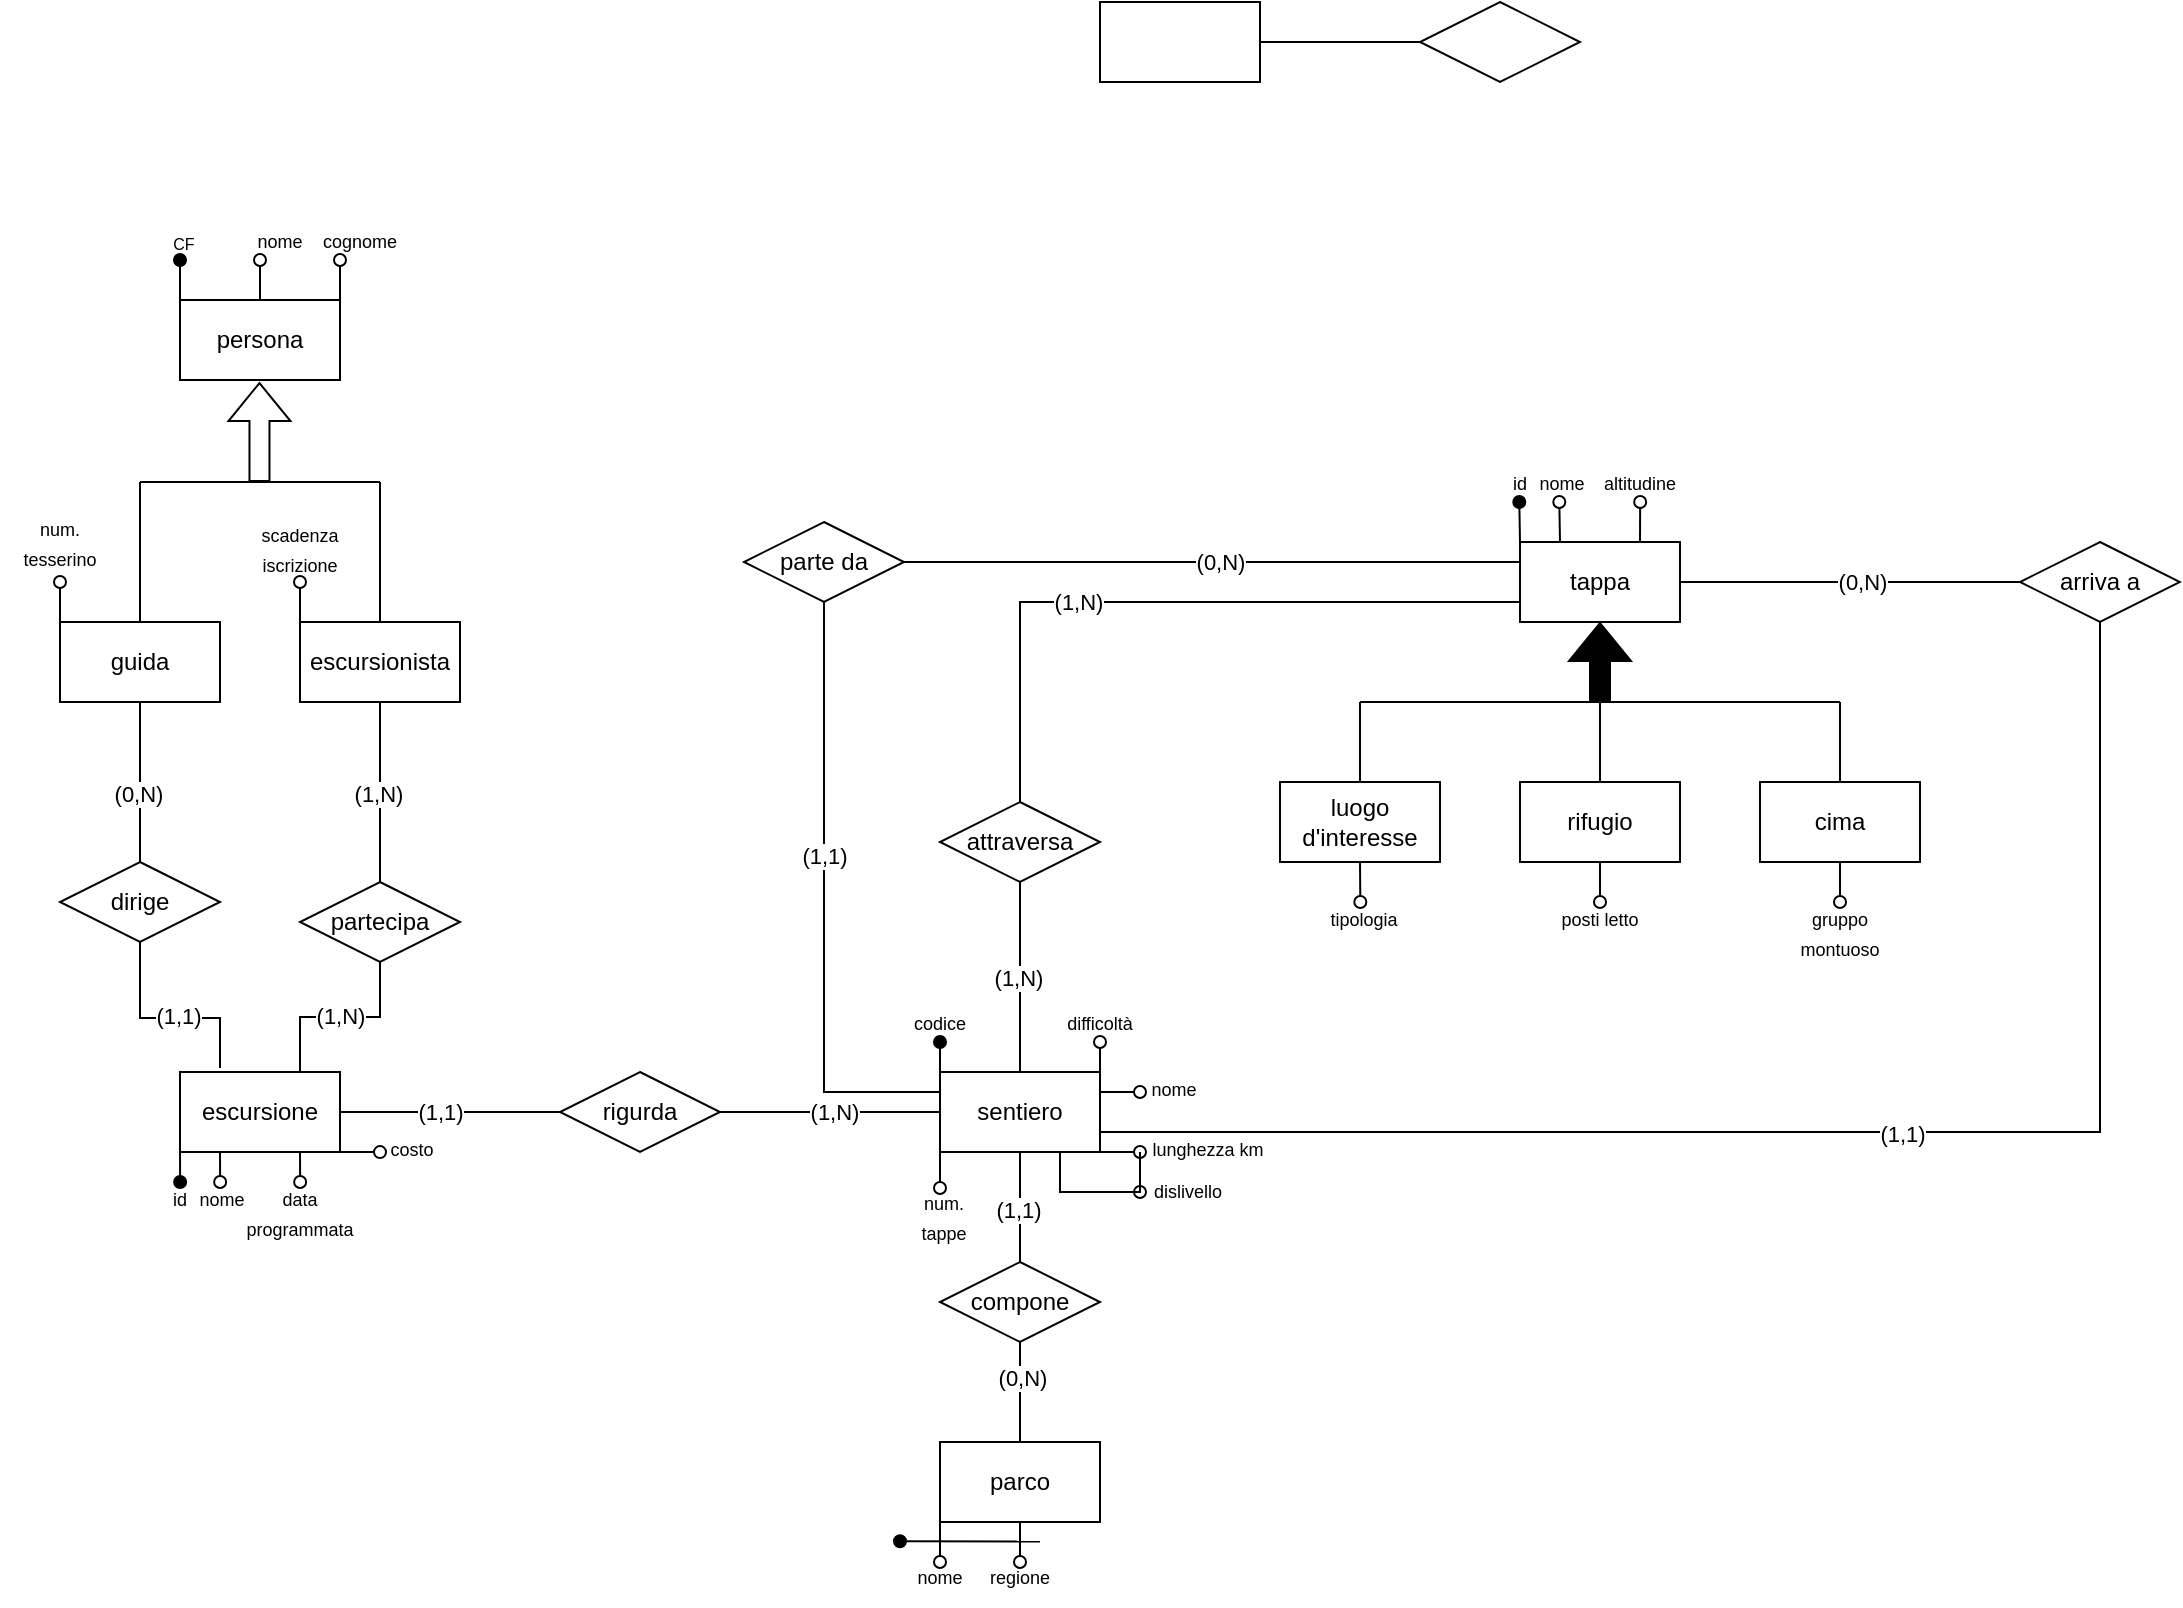
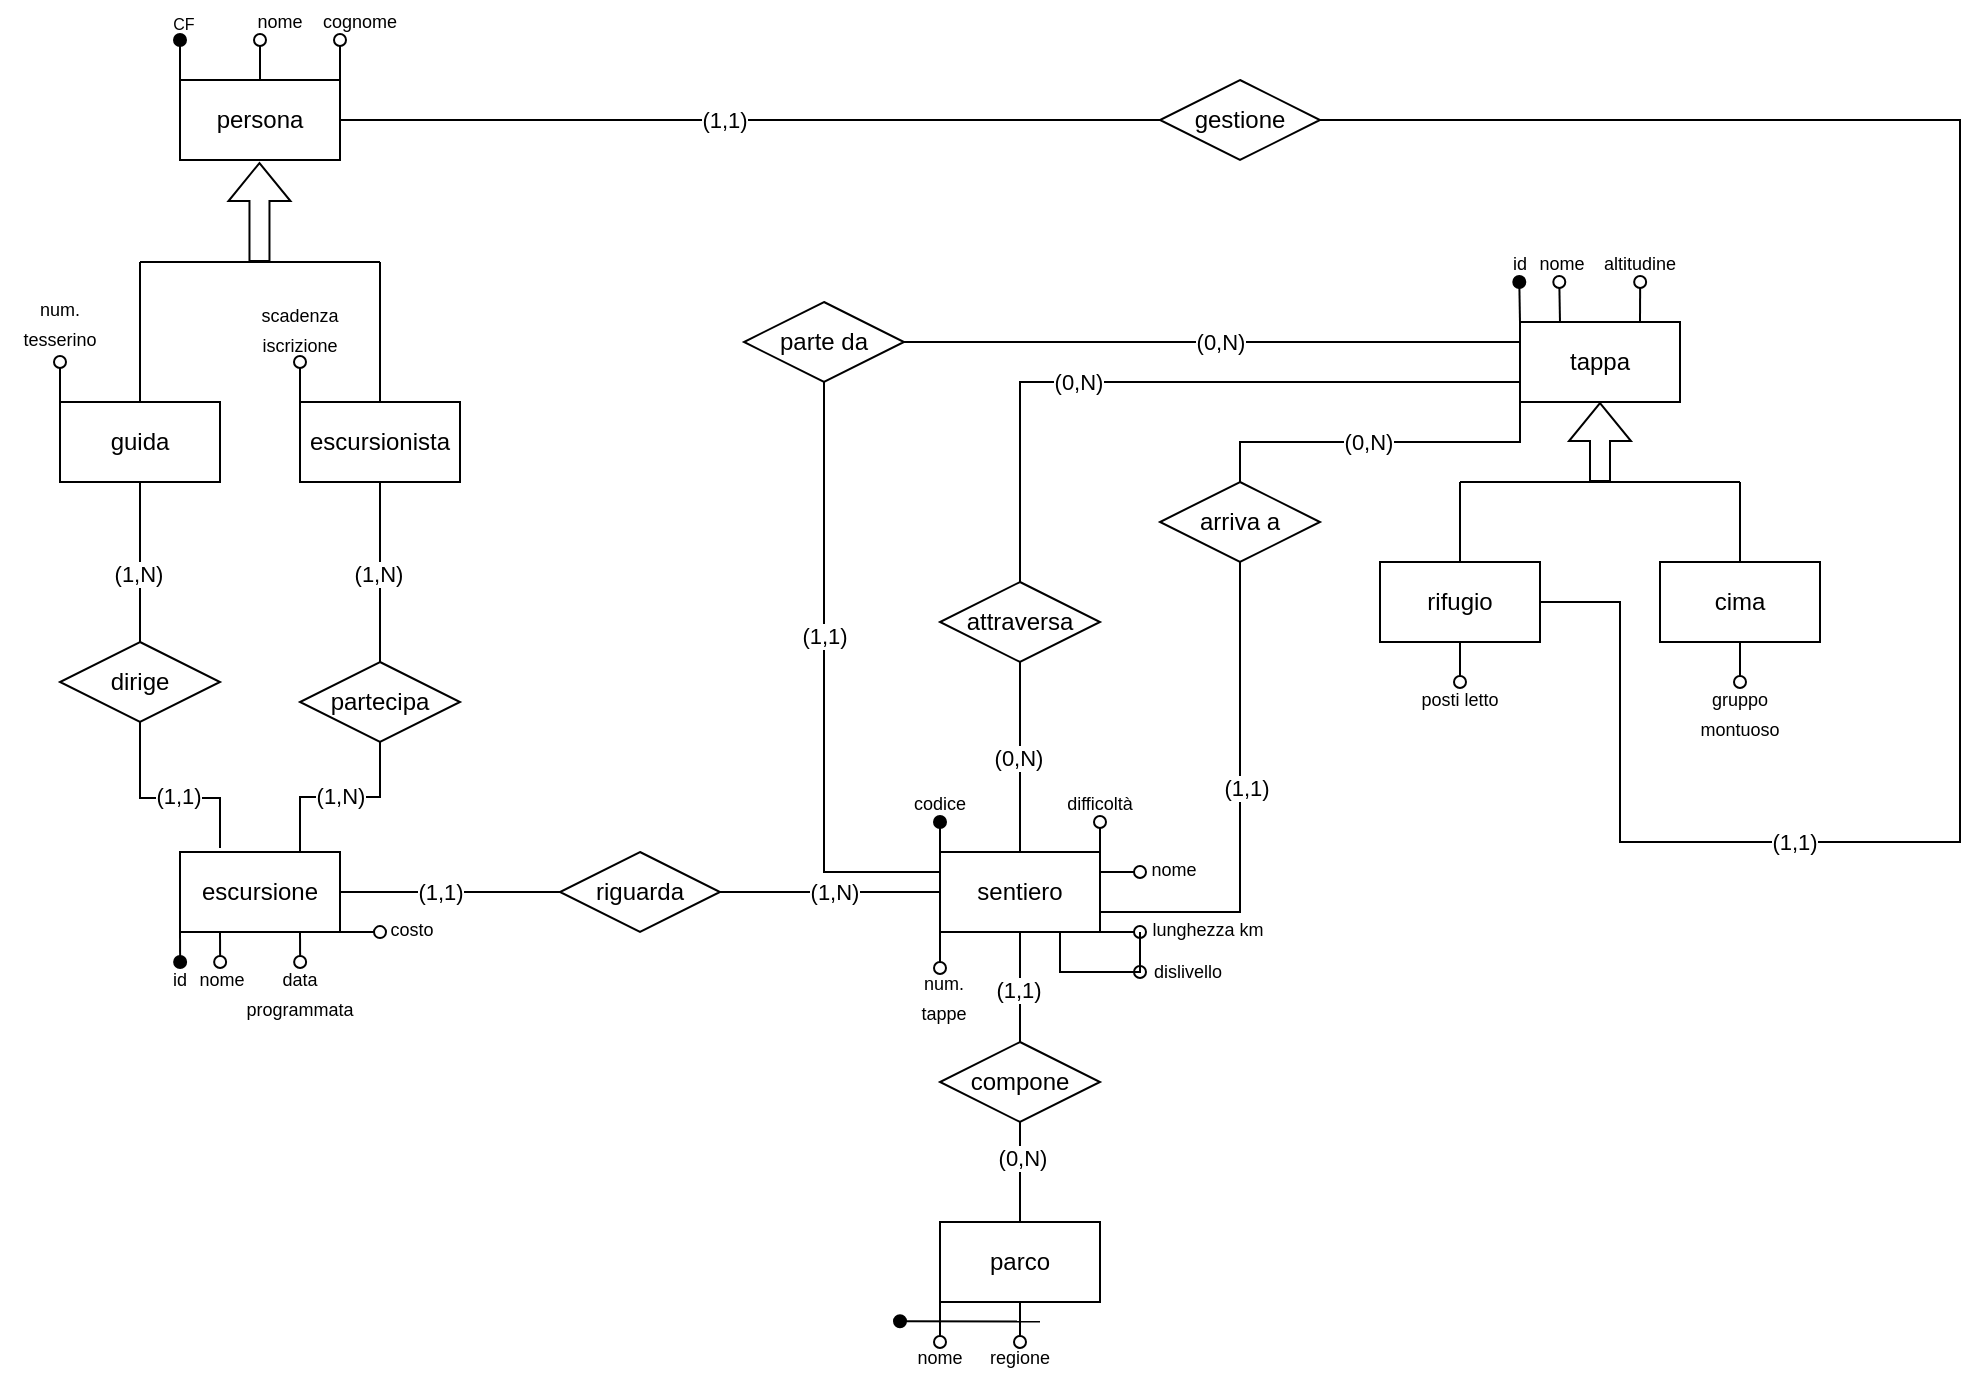
<mxfile host="app.diagrams.net">
  <diagram name="Pagina-1" id="CSESWwrJUxSe0sGHMO1a">
-     <mxGraphModel dx="763" dy="390" grid="1" gridSize="10" guides="1" tooltips="1" connect="1" arrows="1" fold="1" page="1" pageScale="1" pageWidth="827" pageHeight="1169" math="0" shadow="0">
+     <mxGraphModel dx="649" dy="346" grid="1" gridSize="10" guides="1" tooltips="1" connect="1" arrows="1" fold="1" page="1" pageScale="1" pageWidth="827" pageHeight="1169" math="0" shadow="0">
      <root>
        <mxCell id="0" />
        <mxCell id="1" parent="0" />
-         <mxCell id="b_x4sNb3qKZ5kGKKdVE0-1" parent="1" style="rounded=0;whiteSpace=wrap;html=1;" value="" vertex="1">
-           <mxGeometry height="40" width="80" x="590" y="50" as="geometry" />
-         </mxCell>
-         <mxCell id="b_x4sNb3qKZ5kGKKdVE0-2" parent="1" style="rhombus;whiteSpace=wrap;html=1;" value="" vertex="1">
-           <mxGeometry height="40" width="80" x="750" y="50" as="geometry" />
-         </mxCell>
-         <mxCell id="b_x4sNb3qKZ5kGKKdVE0-3" edge="1" parent="1" source="b_x4sNb3qKZ5kGKKdVE0-1" style="endArrow=none;html=1;rounded=0;exitX=1;exitY=0.5;exitDx=0;exitDy=0;entryX=0;entryY=0.5;entryDx=0;entryDy=0;" target="b_x4sNb3qKZ5kGKKdVE0-2" value="">
+         <mxCell id="9ex2MoeZj6NMNrrvuiw8-4" edge="1" parent="1" source="b_x4sNb3qKZ5kGKKdVE0-2" style="edgeStyle=orthogonalEdgeStyle;rounded=0;orthogonalLoop=1;jettySize=auto;html=1;exitX=1;exitY=0.5;exitDx=0;exitDy=0;entryX=1;entryY=0.5;entryDx=0;entryDy=0;endArrow=none;endFill=0;" target="9ex2MoeZj6NMNrrvuiw8-2">
+           <mxGeometry relative="1" as="geometry">
+             <Array as="points">
+               <mxPoint x="1020" y="219" />
+               <mxPoint x="1020" y="580" />
+               <mxPoint x="850" y="580" />
+               <mxPoint x="850" y="460" />
+             </Array>
+           </mxGeometry>
+         </mxCell>
+         <mxCell id="9ex2MoeZj6NMNrrvuiw8-6" connectable="0" parent="9ex2MoeZj6NMNrrvuiw8-4" style="edgeLabel;html=1;align=center;verticalAlign=middle;resizable=0;points=[];" value="(1,1)" vertex="1">
+           <mxGeometry relative="1" x="0.5125" as="geometry">
+             <mxPoint as="offset" />
+           </mxGeometry>
+         </mxCell>
+         <mxCell id="b_x4sNb3qKZ5kGKKdVE0-2" parent="1" style="rhombus;whiteSpace=wrap;html=1;" value="gestione" vertex="1">
+           <mxGeometry height="40" width="80" x="620" y="199" as="geometry" />
+         </mxCell>
+         <mxCell id="b_x4sNb3qKZ5kGKKdVE0-3" edge="1" parent="1" source="b_x4sNb3qKZ5kGKKdVE0-4" style="endArrow=none;html=1;rounded=0;exitX=1;exitY=0.5;exitDx=0;exitDy=0;entryX=0;entryY=0.5;entryDx=0;entryDy=0;" target="b_x4sNb3qKZ5kGKKdVE0-2" value="">
          <mxGeometry height="50" relative="1" width="50" as="geometry">
            <Array as="points" />
-             <mxPoint x="900" y="520" as="sourcePoint" />
+             <mxPoint x="1281" y="679" as="sourcePoint" />
            <mxPoint x="950" y="470" as="targetPoint" />
+           </mxGeometry>
+         </mxCell>
+         <mxCell id="9ex2MoeZj6NMNrrvuiw8-5" connectable="0" parent="b_x4sNb3qKZ5kGKKdVE0-3" style="edgeLabel;html=1;align=center;verticalAlign=middle;resizable=0;points=[];" value="(1,1)" vertex="1">
+           <mxGeometry relative="1" x="-0.0661" as="geometry">
+             <mxPoint as="offset" />
          </mxGeometry>
        </mxCell>
        <mxCell id="YPSTUEnGd_TaNEYFvyAr-14" edge="1" parent="1" source="b_x4sNb3qKZ5kGKKdVE0-4" style="edgeStyle=orthogonalEdgeStyle;rounded=0;orthogonalLoop=1;jettySize=auto;html=1;exitX=0;exitY=0;exitDx=0;exitDy=0;endArrow=oval;endFill=1;">
          <mxGeometry relative="1" as="geometry">
            <mxPoint x="130" y="179" as="targetPoint" />
          </mxGeometry>
        </mxCell>
        <mxCell id="YPSTUEnGd_TaNEYFvyAr-17" edge="1" parent="1" source="b_x4sNb3qKZ5kGKKdVE0-4" style="edgeStyle=orthogonalEdgeStyle;rounded=0;orthogonalLoop=1;jettySize=auto;html=1;exitX=1;exitY=0;exitDx=0;exitDy=0;endArrow=oval;endFill=0;">
          <mxGeometry relative="1" as="geometry">
            <mxPoint x="210" y="179" as="targetPoint" />
          </mxGeometry>
        </mxCell>
        <mxCell id="YPSTUEnGd_TaNEYFvyAr-18" edge="1" parent="1" source="b_x4sNb3qKZ5kGKKdVE0-4" style="edgeStyle=orthogonalEdgeStyle;rounded=0;orthogonalLoop=1;jettySize=auto;html=1;exitX=0.5;exitY=0;exitDx=0;exitDy=0;endArrow=oval;endFill=0;">
          <mxGeometry relative="1" as="geometry">
            <mxPoint x="170" y="179" as="targetPoint" />
          </mxGeometry>
        </mxCell>
        <mxCell id="b_x4sNb3qKZ5kGKKdVE0-4" parent="1" style="rounded=0;whiteSpace=wrap;html=1;" value="persona" vertex="1">
          <mxGeometry height="40" width="80" x="130" y="199" as="geometry" />
        </mxCell>
        <mxCell id="b_x4sNb3qKZ5kGKKdVE0-25" edge="1" parent="1" source="b_x4sNb3qKZ5kGKKdVE0-9" style="edgeStyle=orthogonalEdgeStyle;rounded=0;orthogonalLoop=1;jettySize=auto;html=1;exitX=0.5;exitY=1;exitDx=0;exitDy=0;entryX=0.5;entryY=0;entryDx=0;entryDy=0;endArrow=none;endFill=0;" target="b_x4sNb3qKZ5kGKKdVE0-22">
          <mxGeometry relative="1" as="geometry" />
        </mxCell>
-         <mxCell id="b_x4sNb3qKZ5kGKKdVE0-33" connectable="0" parent="b_x4sNb3qKZ5kGKKdVE0-25" style="edgeLabel;html=1;align=center;verticalAlign=middle;resizable=0;points=[];" value="(0,N)" vertex="1">
+         <mxCell id="b_x4sNb3qKZ5kGKKdVE0-33" connectable="0" parent="b_x4sNb3qKZ5kGKKdVE0-25" style="edgeLabel;html=1;align=center;verticalAlign=middle;resizable=0;points=[];" value="(1,N)" vertex="1">
          <mxGeometry relative="1" x="-0.055" y="-1" as="geometry">
            <mxPoint y="8" as="offset" />
          </mxGeometry>
        </mxCell>
        <mxCell id="YPSTUEnGd_TaNEYFvyAr-23" edge="1" parent="1" source="b_x4sNb3qKZ5kGKKdVE0-9" style="edgeStyle=orthogonalEdgeStyle;rounded=0;orthogonalLoop=1;jettySize=auto;html=1;exitX=0;exitY=0;exitDx=0;exitDy=0;endArrow=oval;endFill=0;">
          <mxGeometry relative="1" as="geometry">
            <mxPoint x="70" y="340" as="targetPoint" />
          </mxGeometry>
        </mxCell>
        <mxCell id="b_x4sNb3qKZ5kGKKdVE0-9" parent="1" style="rounded=0;whiteSpace=wrap;html=1;" value="guida" vertex="1">
          <mxGeometry height="40" width="80" x="70" y="360" as="geometry" />
        </mxCell>
        <mxCell id="b_x4sNb3qKZ5kGKKdVE0-24" edge="1" parent="1" source="b_x4sNb3qKZ5kGKKdVE0-10" style="edgeStyle=orthogonalEdgeStyle;rounded=0;orthogonalLoop=1;jettySize=auto;html=1;exitX=0.5;exitY=1;exitDx=0;exitDy=0;entryX=0.5;entryY=0;entryDx=0;entryDy=0;endArrow=none;endFill=0;" target="b_x4sNb3qKZ5kGKKdVE0-23">
          <mxGeometry relative="1" as="geometry" />
        </mxCell>
        <mxCell id="b_x4sNb3qKZ5kGKKdVE0-34" connectable="0" parent="b_x4sNb3qKZ5kGKKdVE0-24" style="edgeLabel;html=1;align=center;verticalAlign=middle;resizable=0;points=[];" value="(1,N)" vertex="1">
          <mxGeometry relative="1" x="0.02" y="-1" as="geometry">
            <mxPoint as="offset" />
          </mxGeometry>
        </mxCell>
        <mxCell id="TmGIuRS5Ewl7evkuvUc3-1" edge="1" parent="1" source="b_x4sNb3qKZ5kGKKdVE0-10" style="edgeStyle=orthogonalEdgeStyle;rounded=0;orthogonalLoop=1;jettySize=auto;html=1;exitX=0;exitY=0;exitDx=0;exitDy=0;endArrow=oval;endFill=0;">
          <mxGeometry relative="1" as="geometry">
            <mxPoint x="190" y="340" as="targetPoint" />
          </mxGeometry>
        </mxCell>
        <mxCell id="b_x4sNb3qKZ5kGKKdVE0-10" parent="1" style="rounded=0;whiteSpace=wrap;html=1;" value="escursionista" vertex="1">
          <mxGeometry height="40" width="80" x="190" y="360" as="geometry" />
        </mxCell>
        <mxCell id="b_x4sNb3qKZ5kGKKdVE0-11" edge="1" parent="1" source="b_x4sNb3qKZ5kGKKdVE0-10" style="endArrow=none;html=1;rounded=0;exitX=0.5;exitY=0;exitDx=0;exitDy=0;" value="">
          <mxGeometry height="50" relative="1" width="50" as="geometry">
            <mxPoint x="440" y="590" as="sourcePoint" />
            <mxPoint x="230" y="290" as="targetPoint" />
          </mxGeometry>
        </mxCell>
        <mxCell id="b_x4sNb3qKZ5kGKKdVE0-12" edge="1" parent="1" source="b_x4sNb3qKZ5kGKKdVE0-9" style="endArrow=none;html=1;rounded=0;exitX=0.5;exitY=0;exitDx=0;exitDy=0;" value="">
          <mxGeometry height="50" relative="1" width="50" as="geometry">
            <mxPoint x="440" y="590" as="sourcePoint" />
            <mxPoint x="110" y="290" as="targetPoint" />
          </mxGeometry>
        </mxCell>
        <mxCell id="b_x4sNb3qKZ5kGKKdVE0-30" edge="1" parent="1" style="edgeStyle=orthogonalEdgeStyle;rounded=0;orthogonalLoop=1;jettySize=auto;html=1;exitX=0.5;exitY=1;exitDx=0;exitDy=0;entryX=0.25;entryY=0;entryDx=0;entryDy=0;endArrow=none;endFill=0;">
          <mxGeometry relative="1" as="geometry">
            <Array as="points">
              <mxPoint x="110" y="558" />
              <mxPoint x="150" y="558" />
            </Array>
            <mxPoint x="110" y="518" as="sourcePoint" />
            <mxPoint x="150" y="583" as="targetPoint" />
          </mxGeometry>
        </mxCell>
        <mxCell id="b_x4sNb3qKZ5kGKKdVE0-32" connectable="0" parent="b_x4sNb3qKZ5kGKKdVE0-30" style="edgeLabel;html=1;align=center;verticalAlign=middle;resizable=0;points=[];" value="(1,1)" vertex="1">
          <mxGeometry relative="1" x="0.0467" y="1" as="geometry">
            <mxPoint x="4" as="offset" />
          </mxGeometry>
        </mxCell>
        <mxCell id="b_x4sNb3qKZ5kGKKdVE0-22" parent="1" style="rhombus;whiteSpace=wrap;html=1;" value="dirige" vertex="1">
          <mxGeometry height="40" width="80" x="70" y="480" as="geometry" />
        </mxCell>
        <mxCell id="b_x4sNb3qKZ5kGKKdVE0-29" edge="1" parent="1" source="b_x4sNb3qKZ5kGKKdVE0-23" style="edgeStyle=orthogonalEdgeStyle;rounded=0;orthogonalLoop=1;jettySize=auto;html=1;exitX=0.5;exitY=1;exitDx=0;exitDy=0;entryX=0.75;entryY=0;entryDx=0;entryDy=0;endArrow=none;endFill=0;" target="b_x4sNb3qKZ5kGKKdVE0-27">
          <mxGeometry relative="1" as="geometry">
            <mxPoint x="340" y="560" as="targetPoint" />
          </mxGeometry>
        </mxCell>
        <mxCell id="b_x4sNb3qKZ5kGKKdVE0-31" connectable="0" parent="b_x4sNb3qKZ5kGKKdVE0-29" style="edgeLabel;html=1;align=center;verticalAlign=middle;resizable=0;points=[];" value="(1,N)" vertex="1">
          <mxGeometry relative="1" x="-0.0467" y="-1" as="geometry">
            <mxPoint x="-2" as="offset" />
          </mxGeometry>
        </mxCell>
        <mxCell id="b_x4sNb3qKZ5kGKKdVE0-23" parent="1" style="rhombus;whiteSpace=wrap;html=1;" value="partecipa" vertex="1">
          <mxGeometry height="40" width="80" x="190" y="490" as="geometry" />
        </mxCell>
        <mxCell id="b_x4sNb3qKZ5kGKKdVE0-37" edge="1" parent="1" source="b_x4sNb3qKZ5kGKKdVE0-27" style="edgeStyle=orthogonalEdgeStyle;rounded=0;orthogonalLoop=1;jettySize=auto;html=1;exitX=1;exitY=0.5;exitDx=0;exitDy=0;entryX=0;entryY=0.5;entryDx=0;entryDy=0;endArrow=none;endFill=0;" target="b_x4sNb3qKZ5kGKKdVE0-36">
          <mxGeometry relative="1" as="geometry" />
        </mxCell>
        <mxCell id="b_x4sNb3qKZ5kGKKdVE0-38" connectable="0" parent="b_x4sNb3qKZ5kGKKdVE0-37" style="edgeLabel;html=1;align=center;verticalAlign=middle;resizable=0;points=[];" value="(1,1)" vertex="1">
          <mxGeometry relative="1" x="-0.0986" as="geometry">
            <mxPoint as="offset" />
          </mxGeometry>
        </mxCell>
        <mxCell id="YPSTUEnGd_TaNEYFvyAr-58" edge="1" parent="1" source="b_x4sNb3qKZ5kGKKdVE0-27" style="edgeStyle=orthogonalEdgeStyle;rounded=0;orthogonalLoop=1;jettySize=auto;html=1;exitX=0;exitY=1;exitDx=0;exitDy=0;endArrow=oval;endFill=1;">
          <mxGeometry relative="1" as="geometry">
            <mxPoint x="130.07228915662648" y="640" as="targetPoint" />
          </mxGeometry>
        </mxCell>
        <mxCell id="YPSTUEnGd_TaNEYFvyAr-60" edge="1" parent="1" source="b_x4sNb3qKZ5kGKKdVE0-27" style="edgeStyle=orthogonalEdgeStyle;rounded=0;orthogonalLoop=1;jettySize=auto;html=1;exitX=0.25;exitY=1;exitDx=0;exitDy=0;endArrow=oval;endFill=0;">
          <mxGeometry relative="1" as="geometry">
            <mxPoint x="150.07228915662648" y="640" as="targetPoint" />
          </mxGeometry>
        </mxCell>
        <mxCell id="YPSTUEnGd_TaNEYFvyAr-62" edge="1" parent="1" source="b_x4sNb3qKZ5kGKKdVE0-27" style="edgeStyle=orthogonalEdgeStyle;rounded=0;orthogonalLoop=1;jettySize=auto;html=1;exitX=0.75;exitY=1;exitDx=0;exitDy=0;endArrow=oval;endFill=0;">
          <mxGeometry relative="1" as="geometry">
            <mxPoint x="190.07228915662648" y="640" as="targetPoint" />
          </mxGeometry>
        </mxCell>
        <mxCell id="YPSTUEnGd_TaNEYFvyAr-64" edge="1" parent="1" source="b_x4sNb3qKZ5kGKKdVE0-27" style="edgeStyle=orthogonalEdgeStyle;rounded=0;orthogonalLoop=1;jettySize=auto;html=1;exitX=1;exitY=1;exitDx=0;exitDy=0;endArrow=oval;endFill=0;">
          <mxGeometry relative="1" as="geometry">
            <mxPoint x="230" y="625.0481927710842" as="targetPoint" />
          </mxGeometry>
        </mxCell>
        <mxCell id="b_x4sNb3qKZ5kGKKdVE0-27" parent="1" style="rounded=0;whiteSpace=wrap;html=1;" value="escursione" vertex="1">
          <mxGeometry height="40" width="80" x="130" y="585" as="geometry" />
        </mxCell>
        <mxCell id="b_x4sNb3qKZ5kGKKdVE0-45" edge="1" parent="1" source="b_x4sNb3qKZ5kGKKdVE0-35" style="edgeStyle=orthogonalEdgeStyle;rounded=0;orthogonalLoop=1;jettySize=auto;html=1;endArrow=none;endFill=0;" target="b_x4sNb3qKZ5kGKKdVE0-43" value="">
          <mxGeometry relative="1" as="geometry" />
        </mxCell>
-         <mxCell id="b_x4sNb3qKZ5kGKKdVE0-47" connectable="0" parent="b_x4sNb3qKZ5kGKKdVE0-45" style="edgeLabel;html=1;align=center;verticalAlign=middle;resizable=0;points=[];" value="(1,N)" vertex="1">
+         <mxCell id="b_x4sNb3qKZ5kGKKdVE0-47" connectable="0" parent="b_x4sNb3qKZ5kGKKdVE0-45" style="edgeLabel;html=1;align=center;verticalAlign=middle;resizable=0;points=[];" value="(0,N)" vertex="1">
          <mxGeometry relative="1" x="0.005" y="1" as="geometry">
            <mxPoint as="offset" />
          </mxGeometry>
        </mxCell>
        <mxCell id="YPSTUEnGd_TaNEYFvyAr-37" edge="1" parent="1" source="b_x4sNb3qKZ5kGKKdVE0-35" style="edgeStyle=orthogonalEdgeStyle;rounded=0;orthogonalLoop=1;jettySize=auto;html=1;exitX=0;exitY=0;exitDx=0;exitDy=0;endArrow=oval;endFill=1;">
          <mxGeometry relative="1" as="geometry">
            <mxPoint x="510" y="570" as="targetPoint" />
          </mxGeometry>
        </mxCell>
        <mxCell id="YPSTUEnGd_TaNEYFvyAr-39" edge="1" parent="1" source="b_x4sNb3qKZ5kGKKdVE0-35" style="edgeStyle=orthogonalEdgeStyle;rounded=0;orthogonalLoop=1;jettySize=auto;html=1;exitX=1;exitY=0;exitDx=0;exitDy=0;endArrow=oval;endFill=0;">
          <mxGeometry relative="1" as="geometry">
            <mxPoint x="590" y="570" as="targetPoint" />
          </mxGeometry>
        </mxCell>
        <mxCell id="YPSTUEnGd_TaNEYFvyAr-41" edge="1" parent="1" source="b_x4sNb3qKZ5kGKKdVE0-35" style="edgeStyle=orthogonalEdgeStyle;rounded=0;orthogonalLoop=1;jettySize=auto;html=1;exitX=1;exitY=0.25;exitDx=0;exitDy=0;endArrow=oval;endFill=0;">
          <mxGeometry relative="1" as="geometry">
            <mxPoint x="610" y="595" as="targetPoint" />
          </mxGeometry>
        </mxCell>
        <mxCell id="YPSTUEnGd_TaNEYFvyAr-43" edge="1" parent="1" source="b_x4sNb3qKZ5kGKKdVE0-35" style="edgeStyle=orthogonalEdgeStyle;rounded=0;orthogonalLoop=1;jettySize=auto;html=1;exitX=1;exitY=1;exitDx=0;exitDy=0;endArrow=oval;endFill=0;">
          <mxGeometry relative="1" as="geometry">
            <mxPoint x="610" y="625" as="targetPoint" />
          </mxGeometry>
        </mxCell>
        <mxCell id="YPSTUEnGd_TaNEYFvyAr-46" edge="1" parent="1" source="b_x4sNb3qKZ5kGKKdVE0-35" style="edgeStyle=orthogonalEdgeStyle;rounded=0;orthogonalLoop=1;jettySize=auto;html=1;exitX=0.75;exitY=1;exitDx=0;exitDy=0;endArrow=oval;endFill=0;">
          <mxGeometry relative="1" as="geometry">
            <mxPoint x="610" y="645" as="targetPoint" />
          </mxGeometry>
        </mxCell>
        <mxCell id="YPSTUEnGd_TaNEYFvyAr-71" edge="1" parent="1" style="edgeStyle=orthogonalEdgeStyle;rounded=0;orthogonalLoop=1;jettySize=auto;html=1;exitX=0;exitY=1;exitDx=0;exitDy=0;endArrow=oval;endFill=0;">
          <mxGeometry relative="1" as="geometry">
            <mxPoint x="510" y="618" as="sourcePoint" />
            <mxPoint x="510" y="643" as="targetPoint" />
          </mxGeometry>
        </mxCell>
        <mxCell id="YPSTUEnGd_TaNEYFvyAr-73" edge="1" parent="1" source="b_x4sNb3qKZ5kGKKdVE0-35" style="edgeStyle=orthogonalEdgeStyle;rounded=0;orthogonalLoop=1;jettySize=auto;html=1;exitX=0;exitY=0.25;exitDx=0;exitDy=0;endArrow=none;endFill=0;entryX=0.5;entryY=1;entryDx=0;entryDy=0;" target="YPSTUEnGd_TaNEYFvyAr-74">
          <mxGeometry relative="1" as="geometry">
            <mxPoint x="440" y="330" as="targetPoint" />
          </mxGeometry>
        </mxCell>
        <mxCell id="YPSTUEnGd_TaNEYFvyAr-76" connectable="0" parent="YPSTUEnGd_TaNEYFvyAr-73" style="edgeLabel;html=1;align=center;verticalAlign=middle;resizable=0;points=[];" value="(1,1)" vertex="1">
          <mxGeometry relative="1" x="0.1627" as="geometry">
            <mxPoint as="offset" />
          </mxGeometry>
        </mxCell>
        <mxCell id="YPSTUEnGd_TaNEYFvyAr-78" edge="1" parent="1" source="b_x4sNb3qKZ5kGKKdVE0-35" style="edgeStyle=orthogonalEdgeStyle;rounded=0;orthogonalLoop=1;jettySize=auto;html=1;exitX=1;exitY=0.75;exitDx=0;exitDy=0;entryX=0.5;entryY=1;entryDx=0;entryDy=0;endArrow=none;endFill=0;" target="YPSTUEnGd_TaNEYFvyAr-79">
          <mxGeometry relative="1" as="geometry">
            <mxPoint x="1100" y="615" as="targetPoint" />
          </mxGeometry>
        </mxCell>
        <mxCell id="YPSTUEnGd_TaNEYFvyAr-80" connectable="0" parent="YPSTUEnGd_TaNEYFvyAr-78" style="edgeLabel;html=1;align=center;verticalAlign=middle;resizable=0;points=[];" value="(1,1)" vertex="1">
          <mxGeometry relative="1" x="0.0624" y="-3" as="geometry">
            <mxPoint y="-2" as="offset" />
          </mxGeometry>
        </mxCell>
        <mxCell id="b_x4sNb3qKZ5kGKKdVE0-35" parent="1" style="rounded=0;whiteSpace=wrap;html=1;" value="sentiero" vertex="1">
          <mxGeometry height="40" width="80" x="510" y="585" as="geometry" />
        </mxCell>
        <mxCell id="b_x4sNb3qKZ5kGKKdVE0-39" edge="1" parent="1" source="b_x4sNb3qKZ5kGKKdVE0-36" style="edgeStyle=orthogonalEdgeStyle;rounded=0;orthogonalLoop=1;jettySize=auto;html=1;exitX=1;exitY=0.5;exitDx=0;exitDy=0;entryX=0;entryY=0.5;entryDx=0;entryDy=0;endArrow=none;endFill=0;" target="b_x4sNb3qKZ5kGKKdVE0-35">
          <mxGeometry relative="1" as="geometry" />
        </mxCell>
        <mxCell id="b_x4sNb3qKZ5kGKKdVE0-42" connectable="0" parent="b_x4sNb3qKZ5kGKKdVE0-39" style="edgeLabel;html=1;align=center;verticalAlign=middle;resizable=0;points=[];" value="(1,N)" vertex="1">
          <mxGeometry relative="1" x="0.0405" as="geometry">
            <mxPoint as="offset" />
          </mxGeometry>
        </mxCell>
-         <mxCell id="b_x4sNb3qKZ5kGKKdVE0-36" parent="1" style="rhombus;whiteSpace=wrap;html=1;" value="rigurda" vertex="1">
+         <mxCell id="b_x4sNb3qKZ5kGKKdVE0-36" parent="1" style="rhombus;whiteSpace=wrap;html=1;" value="riguarda" vertex="1">
          <mxGeometry height="40" width="80" x="320" y="585" as="geometry" />
        </mxCell>
        <mxCell id="b_x4sNb3qKZ5kGKKdVE0-46" edge="1" parent="1" source="b_x4sNb3qKZ5kGKKdVE0-43" style="edgeStyle=orthogonalEdgeStyle;rounded=0;orthogonalLoop=1;jettySize=auto;html=1;exitX=0.5;exitY=0;exitDx=0;exitDy=0;entryX=0;entryY=0.75;entryDx=0;entryDy=0;endArrow=none;endFill=0;" target="b_x4sNb3qKZ5kGKKdVE0-44">
          <mxGeometry relative="1" as="geometry" />
        </mxCell>
-         <mxCell id="b_x4sNb3qKZ5kGKKdVE0-48" connectable="0" parent="b_x4sNb3qKZ5kGKKdVE0-46" style="edgeLabel;html=1;align=center;verticalAlign=middle;resizable=0;points=[];" value="(1,N)" vertex="1">
+         <mxCell id="b_x4sNb3qKZ5kGKKdVE0-48" connectable="0" parent="b_x4sNb3qKZ5kGKKdVE0-46" style="edgeLabel;html=1;align=center;verticalAlign=middle;resizable=0;points=[];" value="(0,N)" vertex="1">
          <mxGeometry relative="1" x="-0.2644" as="geometry">
            <mxPoint as="offset" />
          </mxGeometry>
        </mxCell>
        <mxCell id="b_x4sNb3qKZ5kGKKdVE0-43" parent="1" style="rhombus;whiteSpace=wrap;html=1;" value="attraversa" vertex="1">
          <mxGeometry height="40" width="80" x="510" y="450" as="geometry" />
        </mxCell>
        <mxCell id="YPSTUEnGd_TaNEYFvyAr-48" edge="1" parent="1" source="b_x4sNb3qKZ5kGKKdVE0-44" style="edgeStyle=orthogonalEdgeStyle;rounded=0;orthogonalLoop=1;jettySize=auto;html=1;exitX=0;exitY=0;exitDx=0;exitDy=0;endArrow=oval;endFill=1;">
          <mxGeometry relative="1" as="geometry">
            <mxPoint x="799.6521739130435" y="300" as="targetPoint" />
          </mxGeometry>
        </mxCell>
        <mxCell id="YPSTUEnGd_TaNEYFvyAr-49" edge="1" parent="1" source="b_x4sNb3qKZ5kGKKdVE0-44" style="edgeStyle=orthogonalEdgeStyle;rounded=0;orthogonalLoop=1;jettySize=auto;html=1;exitX=0.25;exitY=0;exitDx=0;exitDy=0;endArrow=oval;endFill=0;">
          <mxGeometry relative="1" as="geometry">
            <mxPoint x="819.6521739130435" y="300" as="targetPoint" />
          </mxGeometry>
        </mxCell>
        <mxCell id="YPSTUEnGd_TaNEYFvyAr-52" edge="1" parent="1" source="b_x4sNb3qKZ5kGKKdVE0-44" style="edgeStyle=orthogonalEdgeStyle;rounded=0;orthogonalLoop=1;jettySize=auto;html=1;exitX=0.75;exitY=0;exitDx=0;exitDy=0;endArrow=oval;endFill=0;">
          <mxGeometry relative="1" as="geometry">
            <mxPoint x="860.0808080808081" y="300" as="targetPoint" />
          </mxGeometry>
        </mxCell>
-         <mxCell id="YPSTUEnGd_TaNEYFvyAr-81" edge="1" parent="1" source="b_x4sNb3qKZ5kGKKdVE0-44" style="edgeStyle=orthogonalEdgeStyle;rounded=0;orthogonalLoop=1;jettySize=auto;html=1;exitX=1;exitY=0.5;exitDx=0;exitDy=0;endArrow=none;endFill=0;" target="YPSTUEnGd_TaNEYFvyAr-79">
+         <mxCell id="YPSTUEnGd_TaNEYFvyAr-81" edge="1" parent="1" source="b_x4sNb3qKZ5kGKKdVE0-44" style="edgeStyle=orthogonalEdgeStyle;rounded=0;orthogonalLoop=1;jettySize=auto;html=1;exitX=0;exitY=1;exitDx=0;exitDy=0;endArrow=none;endFill=0;" target="YPSTUEnGd_TaNEYFvyAr-79">
          <mxGeometry relative="1" as="geometry" />
        </mxCell>
        <mxCell id="YPSTUEnGd_TaNEYFvyAr-82" connectable="0" parent="YPSTUEnGd_TaNEYFvyAr-81" style="edgeLabel;html=1;align=center;verticalAlign=middle;resizable=0;points=[];" value="(0,N)" vertex="1">
          <mxGeometry relative="1" x="0.0662" as="geometry">
            <mxPoint as="offset" />
          </mxGeometry>
        </mxCell>
        <mxCell id="b_x4sNb3qKZ5kGKKdVE0-44" parent="1" style="rounded=0;whiteSpace=wrap;html=1;" value="tappa" vertex="1">
          <mxGeometry height="40" width="80" x="800" y="320" as="geometry" />
        </mxCell>
-         <mxCell id="b_x4sNb3qKZ5kGKKdVE0-50" edge="1" parent="1" style="shape=flexArrow;endArrow=classic;html=1;rounded=0;entryX=0.5;entryY=1;entryDx=0;entryDy=0;fillColor=#000000;" target="b_x4sNb3qKZ5kGKKdVE0-44" value="">
+         <mxCell id="b_x4sNb3qKZ5kGKKdVE0-50" edge="1" parent="1" style="shape=flexArrow;endArrow=classic;html=1;rounded=0;entryX=0.5;entryY=1;entryDx=0;entryDy=0;fillColor=#FFFFFF;" target="b_x4sNb3qKZ5kGKKdVE0-44" value="">
          <mxGeometry height="50" relative="1" width="50" as="geometry">
            <mxPoint x="840" y="400" as="sourcePoint" />
            <mxPoint x="870" y="380" as="targetPoint" />
          </mxGeometry>
        </mxCell>
        <mxCell id="b_x4sNb3qKZ5kGKKdVE0-51" edge="1" parent="1" style="endArrow=none;html=1;rounded=0;" value="">
          <mxGeometry height="50" relative="1" width="50" as="geometry">
-             <mxPoint x="720" y="400" as="sourcePoint" />
-             <mxPoint x="960" y="400" as="targetPoint" />
-           </mxGeometry>
-         </mxCell>
-         <mxCell id="b_x4sNb3qKZ5kGKKdVE0-52" edge="1" parent="1" source="b_x4sNb3qKZ5kGKKdVE0-63" style="endArrow=none;html=1;rounded=0;exitX=0.5;exitY=0;exitDx=0;exitDy=0;" value="">
-           <mxGeometry height="50" relative="1" width="50" as="geometry">
-             <mxPoint x="840" y="440" as="sourcePoint" />
-             <mxPoint x="840" y="400" as="targetPoint" />
-           </mxGeometry>
-         </mxCell>
-         <mxCell id="b_x4sNb3qKZ5kGKKdVE0-53" edge="1" parent="1" source="b_x4sNb3qKZ5kGKKdVE0-55" style="endArrow=none;html=1;rounded=0;exitX=0.5;exitY=0;exitDx=0;exitDy=0;" value="">
-           <mxGeometry height="50" relative="1" width="50" as="geometry">
-             <mxPoint x="780" y="420" as="sourcePoint" />
-             <mxPoint x="720" y="400" as="targetPoint" />
+             <Array as="points">
+               <mxPoint x="845" y="400" />
+             </Array>
+             <mxPoint x="770" y="400" as="sourcePoint" />
+             <mxPoint x="910" y="400" as="targetPoint" />
+           </mxGeometry>
+         </mxCell>
+         <mxCell id="b_x4sNb3qKZ5kGKKdVE0-53" edge="1" parent="1" style="endArrow=none;html=1;rounded=0;exitX=0.5;exitY=0;exitDx=0;exitDy=0;" value="">
+           <mxGeometry height="50" relative="1" width="50" as="geometry">
+             <mxPoint x="770" y="440" as="sourcePoint" />
+             <mxPoint x="770" y="400" as="targetPoint" />
          </mxGeometry>
        </mxCell>
        <mxCell id="b_x4sNb3qKZ5kGKKdVE0-54" edge="1" parent="1" source="b_x4sNb3qKZ5kGKKdVE0-62" style="endArrow=none;html=1;rounded=0;exitX=0.5;exitY=0;exitDx=0;exitDy=0;" value="">
          <mxGeometry height="50" relative="1" width="50" as="geometry">
-             <mxPoint x="900" y="440" as="sourcePoint" />
-             <mxPoint x="960" y="400" as="targetPoint" />
-           </mxGeometry>
-         </mxCell>
-         <mxCell id="YPSTUEnGd_TaNEYFvyAr-69" edge="1" parent="1" source="b_x4sNb3qKZ5kGKKdVE0-55" style="edgeStyle=orthogonalEdgeStyle;rounded=0;orthogonalLoop=1;jettySize=auto;html=1;exitX=0.5;exitY=1;exitDx=0;exitDy=0;endArrow=oval;endFill=0;">
-           <mxGeometry relative="1" as="geometry">
-             <mxPoint x="720.1666666666667" y="500" as="targetPoint" />
-           </mxGeometry>
-         </mxCell>
-         <mxCell id="b_x4sNb3qKZ5kGKKdVE0-55" parent="1" style="rounded=0;whiteSpace=wrap;html=1;" value="luogo d&#39;interesse" vertex="1">
-           <mxGeometry height="40" width="80" x="680" y="440" as="geometry" />
+             <mxPoint x="850" y="440" as="sourcePoint" />
+             <mxPoint x="910" y="400" as="targetPoint" />
+           </mxGeometry>
        </mxCell>
        <mxCell id="YPSTUEnGd_TaNEYFvyAr-35" edge="1" parent="1" source="b_x4sNb3qKZ5kGKKdVE0-62" style="edgeStyle=orthogonalEdgeStyle;rounded=0;orthogonalLoop=1;jettySize=auto;html=1;exitX=0.5;exitY=1;exitDx=0;exitDy=0;endArrow=oval;endFill=0;">
          <mxGeometry relative="1" as="geometry">
-             <mxPoint x="960" y="500" as="targetPoint" />
+             <mxPoint x="910" y="500" as="targetPoint" />
          </mxGeometry>
        </mxCell>
        <mxCell id="b_x4sNb3qKZ5kGKKdVE0-62" parent="1" style="rounded=0;whiteSpace=wrap;html=1;" value="cima" vertex="1">
-           <mxGeometry height="40" width="80" x="920" y="440" as="geometry" />
-         </mxCell>
-         <mxCell id="YPSTUEnGd_TaNEYFvyAr-56" edge="1" parent="1" source="b_x4sNb3qKZ5kGKKdVE0-63" style="edgeStyle=orthogonalEdgeStyle;rounded=0;orthogonalLoop=1;jettySize=auto;html=1;exitX=0.5;exitY=1;exitDx=0;exitDy=0;endArrow=oval;endFill=0;">
-           <mxGeometry relative="1" as="geometry">
-             <mxPoint x="840" y="500" as="targetPoint" />
-           </mxGeometry>
-         </mxCell>
-         <mxCell id="b_x4sNb3qKZ5kGKKdVE0-63" parent="1" style="rounded=0;whiteSpace=wrap;html=1;" value="rifugio" vertex="1">
-           <mxGeometry height="40" width="80" x="800" y="440" as="geometry" />
+           <mxGeometry height="40" width="80" x="870" y="440" as="geometry" />
        </mxCell>
        <mxCell id="YPSTUEnGd_TaNEYFvyAr-29" edge="1" parent="1" source="b_x4sNb3qKZ5kGKKdVE0-64" style="edgeStyle=orthogonalEdgeStyle;rounded=0;orthogonalLoop=1;jettySize=auto;html=1;exitX=0;exitY=1;exitDx=0;exitDy=0;endArrow=oval;endFill=0;">
          <mxGeometry relative="1" as="geometry">
            <mxPoint x="510" y="830" as="targetPoint" />
          </mxGeometry>
        </mxCell>
        <mxCell id="YPSTUEnGd_TaNEYFvyAr-31" edge="1" parent="1" source="b_x4sNb3qKZ5kGKKdVE0-64" style="edgeStyle=orthogonalEdgeStyle;rounded=0;orthogonalLoop=1;jettySize=auto;html=1;exitX=0.5;exitY=1;exitDx=0;exitDy=0;endArrow=oval;endFill=0;">
          <mxGeometry relative="1" as="geometry">
            <mxPoint x="550" y="830" as="targetPoint" />
          </mxGeometry>
        </mxCell>
        <mxCell id="b_x4sNb3qKZ5kGKKdVE0-64" parent="1" style="rounded=0;whiteSpace=wrap;html=1;" value="parco" vertex="1">
          <mxGeometry height="40" width="80" x="510" y="770" as="geometry" />
        </mxCell>
        <mxCell id="b_x4sNb3qKZ5kGKKdVE0-67" edge="1" parent="1" source="b_x4sNb3qKZ5kGKKdVE0-66" style="edgeStyle=orthogonalEdgeStyle;rounded=0;orthogonalLoop=1;jettySize=auto;html=1;exitX=0.5;exitY=1;exitDx=0;exitDy=0;entryX=0.5;entryY=0;entryDx=0;entryDy=0;endArrow=none;endFill=0;" target="b_x4sNb3qKZ5kGKKdVE0-64">
          <mxGeometry relative="1" as="geometry" />
        </mxCell>
        <mxCell id="b_x4sNb3qKZ5kGKKdVE0-71" connectable="0" parent="b_x4sNb3qKZ5kGKKdVE0-67" style="edgeLabel;html=1;align=center;verticalAlign=middle;resizable=0;points=[];" value="(0,N)" vertex="1">
          <mxGeometry relative="1" x="-0.2999" y="1" as="geometry">
            <mxPoint as="offset" />
          </mxGeometry>
        </mxCell>
        <mxCell id="b_x4sNb3qKZ5kGKKdVE0-68" edge="1" parent="1" source="b_x4sNb3qKZ5kGKKdVE0-66" style="edgeStyle=orthogonalEdgeStyle;rounded=0;orthogonalLoop=1;jettySize=auto;html=1;exitX=0.5;exitY=0;exitDx=0;exitDy=0;entryX=0.5;entryY=1;entryDx=0;entryDy=0;endArrow=none;endFill=0;" target="b_x4sNb3qKZ5kGKKdVE0-35">
          <mxGeometry relative="1" as="geometry" />
        </mxCell>
        <mxCell id="b_x4sNb3qKZ5kGKKdVE0-69" connectable="0" parent="b_x4sNb3qKZ5kGKKdVE0-68" style="edgeLabel;html=1;align=center;verticalAlign=middle;resizable=0;points=[];" value="(1,1)" vertex="1">
          <mxGeometry relative="1" x="-0.0572" y="2" as="geometry">
            <mxPoint x="1" as="offset" />
          </mxGeometry>
        </mxCell>
        <mxCell id="b_x4sNb3qKZ5kGKKdVE0-66" parent="1" style="rhombus;whiteSpace=wrap;html=1;" value="compone" vertex="1">
          <mxGeometry height="40" width="80" x="510" y="680" as="geometry" />
        </mxCell>
        <mxCell id="YPSTUEnGd_TaNEYFvyAr-15" parent="1" style="text;html=1;whiteSpace=wrap;strokeColor=none;fillColor=none;align=center;verticalAlign=middle;rounded=0;fontSize=8;" value="CF" vertex="1">
          <mxGeometry height="20" width="40" x="112" y="160.5" as="geometry" />
        </mxCell>
        <mxCell id="YPSTUEnGd_TaNEYFvyAr-19" parent="1" style="text;html=1;whiteSpace=wrap;strokeColor=none;fillColor=none;align=center;verticalAlign=middle;rounded=0;" value="&lt;font style=&quot;font-size: 9px;&quot;&gt;nome&lt;/font&gt;" vertex="1">
          <mxGeometry height="20" width="40" x="160" y="159" as="geometry" />
        </mxCell>
        <mxCell id="YPSTUEnGd_TaNEYFvyAr-20" parent="1" style="text;html=1;whiteSpace=wrap;strokeColor=none;fillColor=none;align=center;verticalAlign=middle;rounded=0;" value="&lt;font style=&quot;font-size: 9px;&quot;&gt;cognome&lt;/font&gt;" vertex="1">
          <mxGeometry height="15" width="40" x="200" y="161.5" as="geometry" />
        </mxCell>
        <mxCell id="YPSTUEnGd_TaNEYFvyAr-24" parent="1" style="text;html=1;whiteSpace=wrap;strokeColor=none;fillColor=none;align=center;verticalAlign=middle;rounded=0;" value="&lt;font style=&quot;font-size: 9px;&quot;&gt;num. tesserino&lt;/font&gt;" vertex="1">
          <mxGeometry height="20" width="60" x="40" y="310" as="geometry" />
        </mxCell>
        <mxCell id="YPSTUEnGd_TaNEYFvyAr-30" parent="1" style="text;html=1;whiteSpace=wrap;strokeColor=none;fillColor=none;align=center;verticalAlign=middle;rounded=0;" value="&lt;font style=&quot;font-size: 9px;&quot;&gt;nome&lt;/font&gt;" vertex="1">
          <mxGeometry height="30" width="60" x="480" y="822" as="geometry" />
        </mxCell>
        <mxCell id="YPSTUEnGd_TaNEYFvyAr-32" parent="1" style="text;html=1;whiteSpace=wrap;strokeColor=none;fillColor=none;align=center;verticalAlign=middle;rounded=0;" value="&lt;font style=&quot;font-size: 9px;&quot;&gt;regione&lt;/font&gt;" vertex="1">
          <mxGeometry height="30" width="60" x="520" y="822" as="geometry" />
        </mxCell>
        <mxCell id="YPSTUEnGd_TaNEYFvyAr-34" edge="1" parent="1" style="endArrow=none;html=1;rounded=0;startArrow=oval;startFill=1;" value="">
          <mxGeometry height="50" relative="1" width="50" as="geometry">
            <mxPoint x="490" y="819.5999999999999" as="sourcePoint" />
            <mxPoint x="560" y="819.8" as="targetPoint" />
          </mxGeometry>
        </mxCell>
        <mxCell id="YPSTUEnGd_TaNEYFvyAr-36" parent="1" style="text;html=1;whiteSpace=wrap;strokeColor=none;fillColor=none;align=center;verticalAlign=middle;rounded=0;" value="&lt;font style=&quot;font-size: 9px;&quot;&gt;gruppo montuoso&lt;/font&gt;" vertex="1">
-           <mxGeometry height="30" width="60" x="930" y="500" as="geometry" />
+           <mxGeometry height="30" width="60" x="880" y="500" as="geometry" />
        </mxCell>
        <mxCell id="YPSTUEnGd_TaNEYFvyAr-38" parent="1" style="text;html=1;whiteSpace=wrap;strokeColor=none;fillColor=none;align=center;verticalAlign=middle;rounded=0;" value="&lt;font style=&quot;font-size: 9px;&quot;&gt;codice&lt;/font&gt;" vertex="1">
          <mxGeometry height="20" width="40" x="490" y="550" as="geometry" />
        </mxCell>
        <mxCell id="YPSTUEnGd_TaNEYFvyAr-40" parent="1" style="text;html=1;whiteSpace=wrap;strokeColor=none;fillColor=none;align=center;verticalAlign=middle;rounded=0;" value="&lt;font style=&quot;font-size: 9px;&quot;&gt;difficoltà&lt;/font&gt;" vertex="1">
          <mxGeometry height="20" width="60" x="560" y="550" as="geometry" />
        </mxCell>
        <mxCell id="YPSTUEnGd_TaNEYFvyAr-42" parent="1" style="text;html=1;whiteSpace=wrap;strokeColor=none;fillColor=none;align=center;verticalAlign=middle;rounded=0;" value="&lt;font style=&quot;font-size: 9px;&quot;&gt;nome&lt;/font&gt;" vertex="1">
          <mxGeometry height="20" width="40" x="607" y="583" as="geometry" />
        </mxCell>
        <mxCell id="YPSTUEnGd_TaNEYFvyAr-44" parent="1" style="text;html=1;whiteSpace=wrap;strokeColor=none;fillColor=none;align=center;verticalAlign=middle;rounded=0;" value="&lt;font style=&quot;font-size: 9px;&quot;&gt;lunghezza km&lt;/font&gt;" vertex="1">
          <mxGeometry height="20" width="60" x="614" y="613" as="geometry" />
        </mxCell>
        <mxCell id="YPSTUEnGd_TaNEYFvyAr-47" parent="1" style="text;html=1;whiteSpace=wrap;strokeColor=none;fillColor=none;align=center;verticalAlign=middle;rounded=0;" value="&lt;font style=&quot;font-size: 9px;&quot;&gt;dislivello&lt;/font&gt;" vertex="1">
          <mxGeometry height="30" width="60" x="604" y="629" as="geometry" />
        </mxCell>
        <mxCell id="YPSTUEnGd_TaNEYFvyAr-50" parent="1" style="text;html=1;whiteSpace=wrap;strokeColor=none;fillColor=none;align=center;verticalAlign=middle;rounded=0;" value="&lt;font style=&quot;font-size: 9px;&quot;&gt;id&lt;/font&gt;" vertex="1">
          <mxGeometry height="30" width="20" x="790" y="275" as="geometry" />
        </mxCell>
        <mxCell id="YPSTUEnGd_TaNEYFvyAr-51" parent="1" style="text;html=1;whiteSpace=wrap;strokeColor=none;fillColor=none;align=center;verticalAlign=middle;rounded=0;" value="&lt;font style=&quot;font-size: 9px;&quot;&gt;nome&lt;/font&gt;" vertex="1">
          <mxGeometry height="30" width="30" x="806" y="275" as="geometry" />
        </mxCell>
        <mxCell id="YPSTUEnGd_TaNEYFvyAr-53" parent="1" style="text;html=1;whiteSpace=wrap;strokeColor=none;fillColor=none;align=center;verticalAlign=middle;rounded=0;" value="&lt;font style=&quot;font-size: 9px;&quot;&gt;altitudine&lt;/font&gt;" vertex="1">
          <mxGeometry height="30" width="40" x="840" y="275" as="geometry" />
        </mxCell>
-         <mxCell id="YPSTUEnGd_TaNEYFvyAr-57" parent="1" style="text;html=1;whiteSpace=wrap;strokeColor=none;fillColor=none;align=center;verticalAlign=middle;rounded=0;" value="&lt;font style=&quot;font-size: 9px;&quot;&gt;posti letto&lt;/font&gt;" vertex="1">
-           <mxGeometry height="30" width="44" x="818" y="493" as="geometry" />
-         </mxCell>
        <mxCell id="YPSTUEnGd_TaNEYFvyAr-59" parent="1" style="text;html=1;whiteSpace=wrap;strokeColor=none;fillColor=none;align=center;verticalAlign=middle;rounded=0;" value="&lt;font style=&quot;font-size: 9px;&quot;&gt;id&lt;/font&gt;" vertex="1">
          <mxGeometry height="20" width="30" x="115" y="638" as="geometry" />
        </mxCell>
        <mxCell id="YPSTUEnGd_TaNEYFvyAr-61" parent="1" style="text;html=1;whiteSpace=wrap;strokeColor=none;fillColor=none;align=center;verticalAlign=middle;rounded=0;" value="&lt;font style=&quot;font-size: 9px;&quot;&gt;nome&lt;/font&gt;" vertex="1">
          <mxGeometry height="10" width="30" x="136" y="643" as="geometry" />
        </mxCell>
        <mxCell id="YPSTUEnGd_TaNEYFvyAr-63" parent="1" style="text;html=1;whiteSpace=wrap;strokeColor=none;fillColor=none;align=center;verticalAlign=middle;rounded=0;" value="&lt;font style=&quot;font-size: 9px;&quot;&gt;data programmata&lt;/font&gt;" vertex="1">
          <mxGeometry height="30" width="60" x="160" y="640" as="geometry" />
        </mxCell>
        <mxCell id="YPSTUEnGd_TaNEYFvyAr-65" parent="1" style="text;html=1;whiteSpace=wrap;strokeColor=none;fillColor=none;align=center;verticalAlign=middle;rounded=0;" value="&lt;font style=&quot;font-size: 9px;&quot;&gt;costo&lt;/font&gt;" vertex="1">
          <mxGeometry height="10" width="30" x="231" y="618" as="geometry" />
-         </mxCell>
-         <mxCell id="YPSTUEnGd_TaNEYFvyAr-70" parent="1" style="text;html=1;whiteSpace=wrap;strokeColor=none;fillColor=none;align=center;verticalAlign=middle;rounded=0;" value="&lt;font style=&quot;font-size: 9px;&quot;&gt;tipologia&lt;/font&gt;" vertex="1">
-           <mxGeometry height="30" width="60" x="692" y="493" as="geometry" />
        </mxCell>
        <mxCell id="YPSTUEnGd_TaNEYFvyAr-72" parent="1" style="text;html=1;whiteSpace=wrap;strokeColor=none;fillColor=none;align=center;verticalAlign=middle;rounded=0;" value="&lt;font style=&quot;font-size: 9px;&quot;&gt;num. tappe&lt;/font&gt;" vertex="1">
          <mxGeometry height="30" width="40" x="492" y="642" as="geometry" />
        </mxCell>
        <mxCell id="YPSTUEnGd_TaNEYFvyAr-75" edge="1" parent="1" source="YPSTUEnGd_TaNEYFvyAr-74" style="edgeStyle=orthogonalEdgeStyle;rounded=0;orthogonalLoop=1;jettySize=auto;html=1;exitX=1;exitY=0.5;exitDx=0;exitDy=0;entryX=0;entryY=0.25;entryDx=0;entryDy=0;endArrow=none;endFill=0;" target="b_x4sNb3qKZ5kGKKdVE0-44">
          <mxGeometry relative="1" as="geometry">
            <Array as="points">
              <mxPoint x="492" y="330" />
            </Array>
          </mxGeometry>
        </mxCell>
        <mxCell id="YPSTUEnGd_TaNEYFvyAr-77" connectable="0" parent="YPSTUEnGd_TaNEYFvyAr-75" style="edgeLabel;html=1;align=center;verticalAlign=middle;resizable=0;points=[];" value="(0,N)" vertex="1">
          <mxGeometry relative="1" x="0.0243" y="2" as="geometry">
            <mxPoint y="2" as="offset" />
          </mxGeometry>
        </mxCell>
        <mxCell id="YPSTUEnGd_TaNEYFvyAr-74" parent="1" style="rhombus;whiteSpace=wrap;html=1;" value="parte da" vertex="1">
          <mxGeometry height="40" width="80" x="412" y="310" as="geometry" />
        </mxCell>
        <mxCell id="YPSTUEnGd_TaNEYFvyAr-79" parent="1" style="rhombus;whiteSpace=wrap;html=1;" value="arriva a" vertex="1">
-           <mxGeometry height="40" width="80" x="1050" y="320" as="geometry" />
+           <mxGeometry height="40" width="80" x="620" y="400" as="geometry" />
        </mxCell>
        <mxCell id="TmGIuRS5Ewl7evkuvUc3-2" parent="1" style="text;html=1;whiteSpace=wrap;strokeColor=none;fillColor=none;align=center;verticalAlign=middle;rounded=0;" value="&lt;font style=&quot;font-size: 9px;&quot;&gt;scadenza iscrizione&lt;/font&gt;" vertex="1">
          <mxGeometry height="30" width="60" x="160" y="308" as="geometry" />
        </mxCell>
        <mxCell id="n91QIHONcMxpmpJ6UqX4-1" edge="1" parent="1" style="endArrow=none;html=1;rounded=0;" value="">
          <mxGeometry height="50" relative="1" width="50" as="geometry">
            <mxPoint x="110" y="290" as="sourcePoint" />
            <mxPoint x="230" y="290" as="targetPoint" />
          </mxGeometry>
        </mxCell>
        <mxCell id="n91QIHONcMxpmpJ6UqX4-2" edge="1" parent="1" style="shape=flexArrow;endArrow=classic;html=1;rounded=0;" value="">
          <mxGeometry height="50" relative="1" width="50" as="geometry">
            <mxPoint x="169.74" y="290" as="sourcePoint" />
            <mxPoint x="169.74" y="240" as="targetPoint" />
          </mxGeometry>
+         </mxCell>
+         <mxCell id="9ex2MoeZj6NMNrrvuiw8-1" edge="1" parent="1" source="9ex2MoeZj6NMNrrvuiw8-2" style="edgeStyle=orthogonalEdgeStyle;rounded=0;orthogonalLoop=1;jettySize=auto;html=1;exitX=0.5;exitY=1;exitDx=0;exitDy=0;endArrow=oval;endFill=0;">
+           <mxGeometry relative="1" as="geometry">
+             <mxPoint x="770" y="500" as="targetPoint" />
+           </mxGeometry>
+         </mxCell>
+         <mxCell id="9ex2MoeZj6NMNrrvuiw8-2" parent="1" style="rounded=0;whiteSpace=wrap;html=1;" value="rifugio" vertex="1">
+           <mxGeometry height="40" width="80" x="730" y="440" as="geometry" />
+         </mxCell>
+         <mxCell id="9ex2MoeZj6NMNrrvuiw8-3" parent="1" style="text;html=1;whiteSpace=wrap;strokeColor=none;fillColor=none;align=center;verticalAlign=middle;rounded=0;" value="&lt;font style=&quot;font-size: 9px;&quot;&gt;posti letto&lt;/font&gt;" vertex="1">
+           <mxGeometry height="30" width="44" x="748" y="493" as="geometry" />
        </mxCell>
      </root>
    </mxGraphModel>
  </diagram>
</mxfile>
